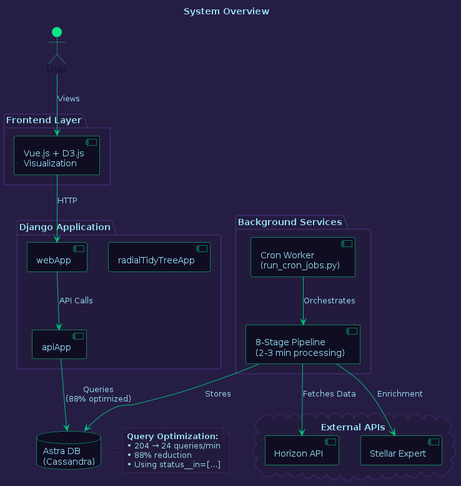
The PlantUML diagram diagrams/01_system_overview.png in areveur51/StellarMapWeb, before a commit.
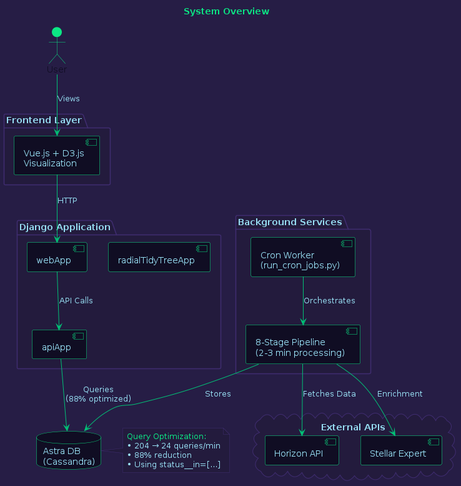
The same diagram one commit later.

Change to the diagram source:
```diff
@@ -40,7 +40,7 @@
   FontColor #96DDF2
 }
 
-title System Overview
+title <color:#0BE784>System Overview
 
 actor User #0BE784
 
@@ -76,8 +76,8 @@
 Pipeline -[#01C176]-> DB : "Stores"
 
 note right of DB #231B3D
-  **Query Optimization:**
-  • 204 → 24 queries/min
+  <color:#0BE784>Query Optimization:
+  <color:#96DDF2>• 204 → 24 queries/min
   • 88% reduction
   • Using status__in=[...]
 end note
```
